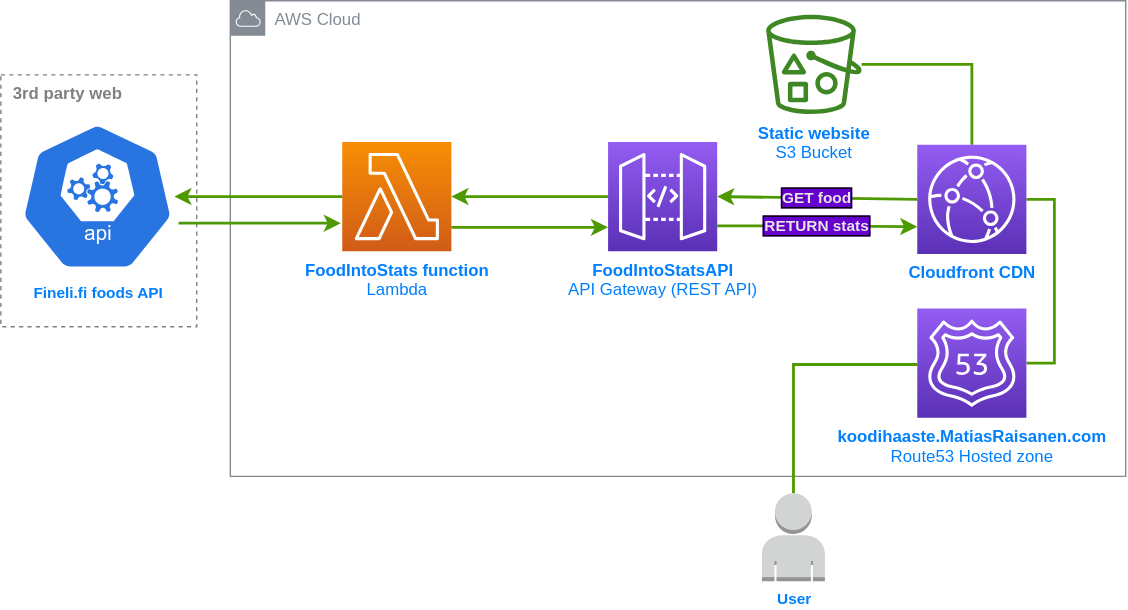
Before: architecture/architecture.drawio.svg, a diagram exported from draw.io (matiasraisanen/food-fight). Source tidied: cells renumbered, new cells last; positions are measured from the earlier drawing's top-left corner, leaving out a move shared by most shapes.
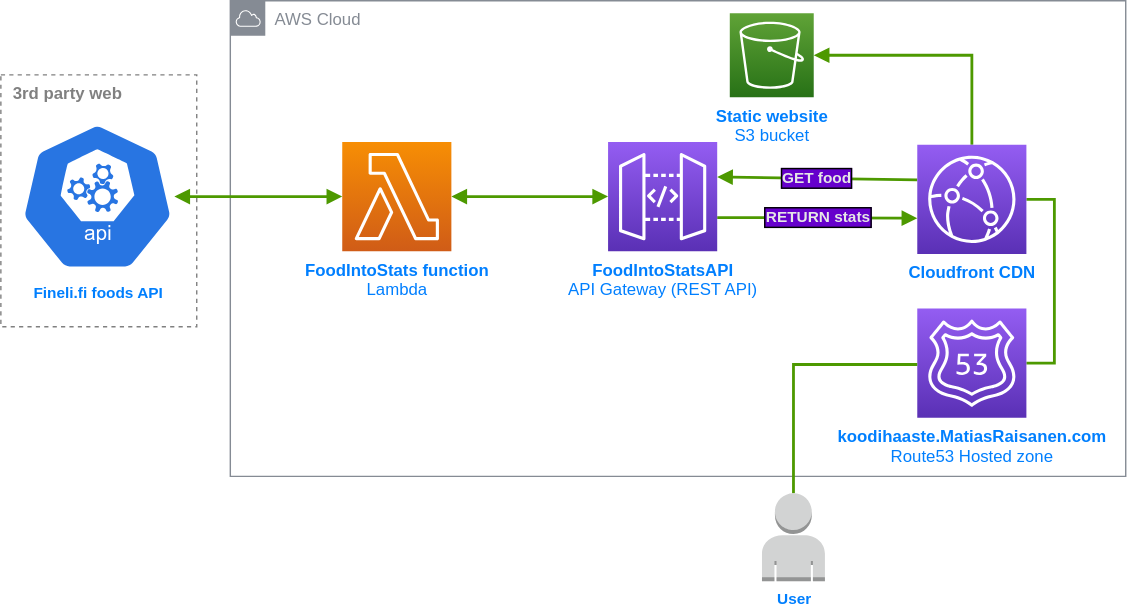
After the change.

The edit, as a diff of the source:
```diff
@@ -8,41 +8,30 @@
     <mxCell id="3" value="AWS Cloud" style="gradientColor=none;html=1;whiteSpace=wrap;fontSize=12;fontStyle=0;shape=mxgraph.aws4.group;grIcon=mxgraph.aws4.group_aws_cloud;strokeColor=#858B94;fillColor=none;verticalAlign=top;align=left;spacingLeft=30;fontColor=#858B94;dashed=0;" parent="1" vertex="1">
       <mxGeometry x="164" width="640" height="340" as="geometry" />
     </mxCell>
-    <mxCell id="4" style="edgeStyle=orthogonalEdgeStyle;shape=connector;rounded=0;jettySize=auto;html=1;labelBackgroundColor=default;strokeColor=#4D9900;strokeWidth=2;fontFamily=Helvetica;fontSize=11;fontColor=#007FFF;endArrow=classic;" parent="3" edge="1" source="6" target="8">
+    <mxCell id="4" style="edgeStyle=orthogonalEdgeStyle;shape=connector;rounded=0;jettySize=auto;html=1;labelBackgroundColor=default;strokeColor=#4D9900;strokeWidth=2;fontFamily=Helvetica;fontSize=11;fontColor=#007FFF;endArrow=block;startArrow=block;startFill=1;endFill=1;" parent="3" edge="1" source="6" target="8">
       <mxGeometry relative="1" as="geometry" />
     </mxCell>
-    <mxCell id="5" value="RETURN stats" style="edgeStyle=orthogonalEdgeStyle;shape=connector;rounded=0;jettySize=auto;html=1;labelBackgroundColor=#6600CC;strokeColor=#4D9900;strokeWidth=2;fontFamily=Helvetica;fontSize=11;fontColor=#E6E6E6;endArrow=classic;labelBorderColor=default;spacingTop=0;spacingLeft=0;fontStyle=1;entryX=0;entryY=0.75;entryDx=0;entryDy=0;entryPerimeter=0;" parent="3" edge="1" target="14">
+    <mxCell id="5" value="RETURN stats" style="shape=connector;rounded=0;orthogonalLoop=1;jettySize=auto;html=1;labelBackgroundColor=#6600CC;strokeColor=#4D9900;strokeWidth=2;fontFamily=Helvetica;fontSize=11;fontColor=#E6E6E6;endArrow=block;labelBorderColor=default;spacingTop=0;spacingLeft=0;fontStyle=1;entryX=0;entryY=0.75;entryDx=0;entryDy=0;entryPerimeter=0;endFill=1;" parent="3" edge="1">
       <mxGeometry relative="1" as="geometry">
-        <mxPoint x="348" y="161" as="sourcePoint" />
+        <mxPoint x="348" y="155" as="sourcePoint" />
+        <mxPoint x="491" y="155.5" as="targetPoint" />
       </mxGeometry>
     </mxCell>
     <mxCell id="6" value="&lt;b&gt;FoodIntoStatsAPI&lt;/b&gt;&lt;br&gt;API Gateway (REST API)" style="sketch=0;points=[[0,0,0],[0.25,0,0],[0.5,0,0],[0.75,0,0],[1,0,0],[0,1,0],[0.25,1,0],[0.5,1,0],[0.75,1,0],[1,1,0],[0,0.25,0],[0,0.5,0],[0,0.75,0],[1,0.25,0],[1,0.5,0],[1,0.75,0]];outlineConnect=0;fontColor=#007FFF;gradientColor=#945DF2;gradientDirection=north;fillColor=#5A30B5;strokeColor=#ffffff;dashed=0;verticalLabelPosition=bottom;verticalAlign=top;align=center;fontSize=12;fontStyle=0;shape=mxgraph.aws4.resourceIcon;resIcon=mxgraph.aws4.api_gateway;html=1;labelPosition=center;" parent="3" vertex="1">
       <mxGeometry x="270" y="101" width="78" height="78" as="geometry" />
     </mxCell>
-    <mxCell id="7" style="edgeStyle=orthogonalEdgeStyle;shape=connector;rounded=0;orthogonalLoop=1;jettySize=auto;html=1;labelBackgroundColor=default;strokeColor=#4D9900;strokeWidth=2;fontFamily=Helvetica;fontSize=11;fontColor=#007FFF;endArrow=classic;" parent="3" edge="1">
-      <mxGeometry relative="1" as="geometry">
-        <mxPoint x="158" y="162" as="sourcePoint" />
-        <mxPoint x="270" y="162" as="targetPoint" />
-      </mxGeometry>
-    </mxCell>
     <mxCell id="8" value="&lt;b&gt;FoodIntoStats&amp;nbsp;function&lt;/b&gt;&lt;br&gt;Lambda" style="sketch=0;points=[[0,0,0],[0.25,0,0],[0.5,0,0],[0.75,0,0],[1,0,0],[0,1,0],[0.25,1,0],[0.5,1,0],[0.75,1,0],[1,1,0],[0,0.25,0],[0,0.5,0],[0,0.75,0],[1,0.25,0],[1,0.5,0],[1,0.75,0]];outlineConnect=0;fontColor=#007FFF;gradientColor=#F78E04;gradientDirection=north;fillColor=#D05C17;strokeColor=#ffffff;dashed=0;verticalLabelPosition=bottom;verticalAlign=top;align=center;fontSize=12;fontStyle=0;shape=mxgraph.aws4.resourceIcon;resIcon=mxgraph.aws4.lambda;html=1;" parent="3" vertex="1">
       <mxGeometry x="80" y="101" width="78" height="78" as="geometry" />
     </mxCell>
-    <mxCell id="9" style="edgeStyle=orthogonalEdgeStyle;shape=connector;rounded=0;jettySize=auto;html=1;labelBackgroundColor=#6600CC;labelBorderColor=default;strokeColor=#4D9900;strokeWidth=2;fontFamily=Helvetica;fontSize=12;fontColor=#007FFE;endArrow=none;startArrow=none;startFill=0;endFill=0;" parent="3" edge="1" source="10" target="14">
+    <mxCell id="9" style="edgeStyle=orthogonalEdgeStyle;shape=connector;rounded=0;jettySize=auto;html=1;labelBackgroundColor=#6600CC;labelBorderColor=default;strokeColor=#4D9900;strokeWidth=2;fontFamily=Helvetica;fontSize=12;fontColor=#007FFE;endArrow=none;startArrow=block;startFill=1;endFill=0;" parent="3" edge="1" source="22" target="14">
       <mxGeometry relative="1" as="geometry" />
     </mxCell>
-    <mxCell id="10" value="&lt;b&gt;Static website&lt;/b&gt;&lt;br&gt;S3 Bucket" style="sketch=0;outlineConnect=0;fontColor=#007FFF;gradientColor=none;fillColor=#3F8624;strokeColor=none;dashed=0;verticalLabelPosition=bottom;verticalAlign=top;align=center;fontSize=12;fontStyle=0;shape=mxgraph.aws4.bucket_with_objects;html=1;" parent="3" vertex="1">
-      <mxGeometry x="383" y="10" width="68.3" height="71" as="geometry" />
-    </mxCell>
-    <mxCell id="11" value="GET food" style="endArrow=classic;html=1;rounded=0;labelBackgroundColor=#6600CC;strokeColor=#4D9900;strokeWidth=2;fontFamily=Helvetica;fontSize=11;fontColor=#E6E6E6;shape=connector;entryX=1;entryY=0.5;entryDx=0;entryDy=0;entryPerimeter=0;labelBorderColor=default;fontStyle=1;spacingLeft=0;spacing=2;exitX=0;exitY=0.5;exitDx=0;exitDy=0;exitPerimeter=0;" parent="3" edge="1" source="14" target="6">
-      <mxGeometry relative="1" as="geometry" />
+    <mxCell id="11" value="GET food" style="endArrow=block;html=1;rounded=0;labelBackgroundColor=#6600CC;strokeColor=#4D9900;strokeWidth=2;fontFamily=Helvetica;fontSize=11;fontColor=#E6E6E6;shape=connector;entryX=1;entryY=0.5;entryDx=0;entryDy=0;entryPerimeter=0;labelBorderColor=default;fontStyle=1;spacingLeft=0;spacing=2;exitX=0;exitY=0.5;exitDx=0;exitDy=0;exitPerimeter=0;endFill=1;" parent="3" edge="1">
+      <mxGeometry relative="1" as="geometry">
+        <mxPoint x="491" y="128" as="sourcePoint" />
+        <mxPoint x="348" y="126" as="targetPoint" />
+      </mxGeometry>
     </mxCell>
-    <mxCell id="12" style="edgeStyle=orthogonalEdgeStyle;shape=connector;rounded=0;orthogonalLoop=1;jettySize=auto;html=1;labelBackgroundColor=default;strokeColor=#4D9900;strokeWidth=2;fontFamily=Helvetica;fontSize=11;fontColor=#007FFF;endArrow=classic;" parent="3" edge="1">
-      <mxGeometry relative="1" as="geometry">
-        <mxPoint x="-37" y="159" as="sourcePoint" />
-        <mxPoint x="79" y="159" as="targetPoint" />
-      </mxGeometry>
-    </mxCell>
     <mxCell id="13" style="edgeStyle=orthogonalEdgeStyle;shape=connector;rounded=0;jettySize=auto;html=1;labelBackgroundColor=#6600CC;labelBorderColor=default;strokeColor=#4D9900;strokeWidth=2;fontFamily=Helvetica;fontSize=12;fontColor=#007FFE;startArrow=none;startFill=0;endArrow=none;endFill=0;exitX=1;exitY=0.5;exitDx=0;exitDy=0;exitPerimeter=0;entryX=1;entryY=0.5;entryDx=0;entryDy=0;entryPerimeter=0;" parent="3" edge="1" source="15" target="14">
       <mxGeometry relative="1" as="geometry" />
     </mxCell>
@@ -52,7 +41,10 @@
     <mxCell id="15" value="&lt;font color=&quot;#007ffe&quot;&gt;&lt;b&gt;koodihaaste.MatiasRaisanen.com&lt;/b&gt;&lt;br&gt;Route53 Hosted zone&lt;br&gt;&lt;/font&gt;" style="sketch=0;points=[[0,0,0],[0.25,0,0],[0.5,0,0],[0.75,0,0],[1,0,0],[0,1,0],[0.25,1,0],[0.5,1,0],[0.75,1,0],[1,1,0],[0,0.25,0],[0,0.5,0],[0,0.75,0],[1,0.25,0],[1,0.5,0],[1,0.75,0]];outlineConnect=0;fontColor=#232F3E;gradientColor=#945DF2;gradientDirection=north;fillColor=#5A30B5;strokeColor=#ffffff;dashed=0;verticalLabelPosition=bottom;verticalAlign=top;align=center;html=1;fontSize=12;fontStyle=0;shape=mxgraph.aws4.resourceIcon;resIcon=mxgraph.aws4.route_53;fontFamily=Helvetica;" parent="3" vertex="1">
       <mxGeometry x="491" y="220" width="78" height="78" as="geometry" />
     </mxCell>
+    <mxCell id="22" value="&lt;b&gt;Static website&lt;/b&gt;&lt;br&gt;S3 bucket" style="sketch=0;points=[[0,0,0],[0.25,0,0],[0.5,0,0],[0.75,0,0],[1,0,0],[0,1,0],[0.25,1,0],[0.5,1,0],[0.75,1,0],[1,1,0],[0,0.25,0],[0,0.5,0],[0,0.75,0],[1,0.25,0],[1,0.5,0],[1,0.75,0]];outlineConnect=0;fontColor=#007FFE;gradientColor=#60A337;gradientDirection=north;fillColor=#277116;strokeColor=#ffffff;dashed=0;verticalLabelPosition=bottom;verticalAlign=top;align=center;html=1;fontSize=12;fontStyle=0;shape=mxgraph.aws4.resourceIcon;resIcon=mxgraph.aws4.s3;fontFamily=Helvetica;" parent="3" vertex="1">
+      <mxGeometry x="357" y="9" width="60" height="60" as="geometry" />
+    </mxCell>
-    <mxCell id="16" style="edgeStyle=orthogonalEdgeStyle;shape=connector;rounded=0;jettySize=auto;html=1;labelBackgroundColor=default;strokeColor=#4D9900;strokeWidth=2;fontFamily=Helvetica;fontSize=11;fontColor=#007FFE;endArrow=none;endFill=0;startArrow=classic;startFill=1;" parent="1" edge="1" source="17" target="8">
+    <mxCell id="16" style="edgeStyle=orthogonalEdgeStyle;shape=connector;rounded=0;jettySize=auto;html=1;labelBackgroundColor=default;strokeColor=#4D9900;strokeWidth=2;fontFamily=Helvetica;fontSize=11;fontColor=#007FFE;endArrow=block;endFill=1;startArrow=block;startFill=1;" parent="1" edge="1" source="17" target="8">
       <mxGeometry relative="1" as="geometry" />
     </mxCell>
     <mxCell id="17" style="sketch=0;html=1;dashed=0;whitespace=wrap;fillColor=#2875E2;strokeColor=#ffffff;points=[[0.005,0.63,0],[0.1,0.2,0],[0.9,0.2,0],[0.5,0,0],[0.995,0.63,0],[0.72,0.99,0],[0.5,1,0],[0.28,0.99,0]];shape=mxgraph.kubernetes.icon;prIcon=api;fontFamily=Helvetica;fontSize=11;fontColor=#007FFE;" parent="1" vertex="1">
```
